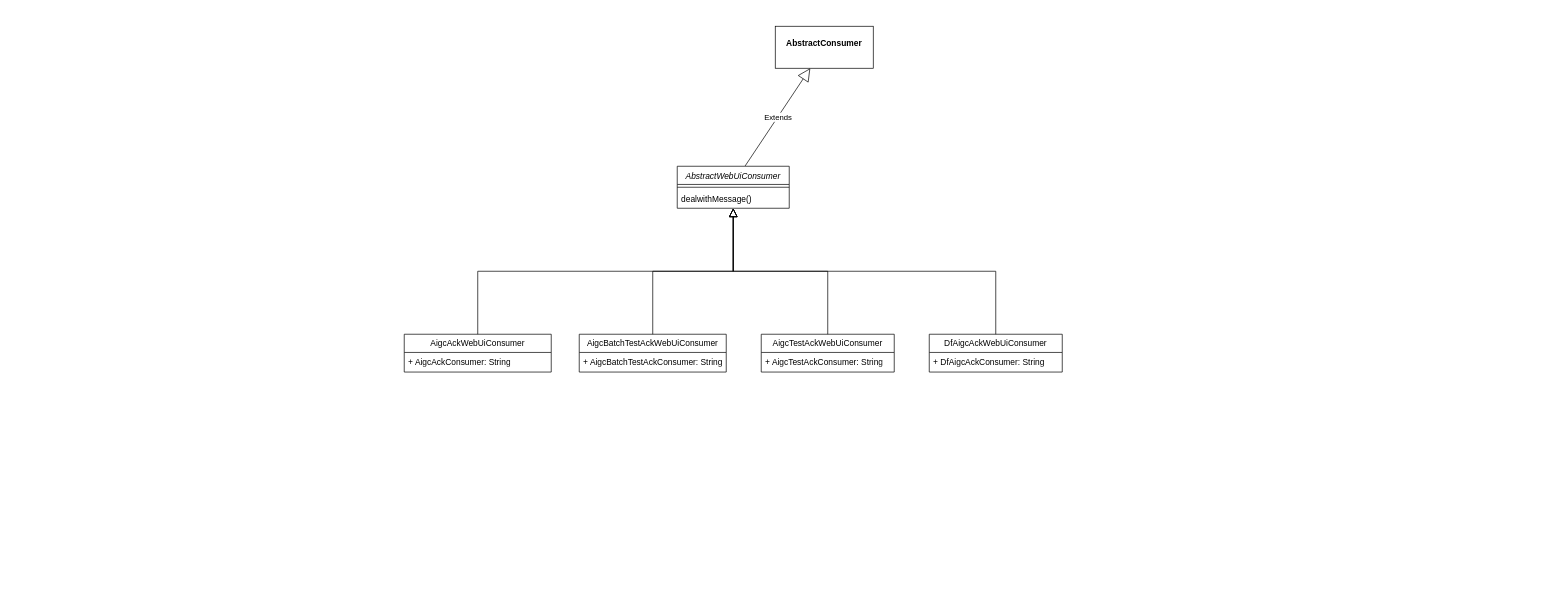
milletzhu/datasource keeps this draw.io diagram as aigc-driver-webui-类图.drawio. Above is the earlier version. Source tidied: cells renumbered, new cells numbered last; positions are measured from the earlier drawing's top-left corner, leaving out a move shared by most shapes. Both pictures are drawn from the tidied source at 70%, with x=0, y=0 at pixel (404, 26).
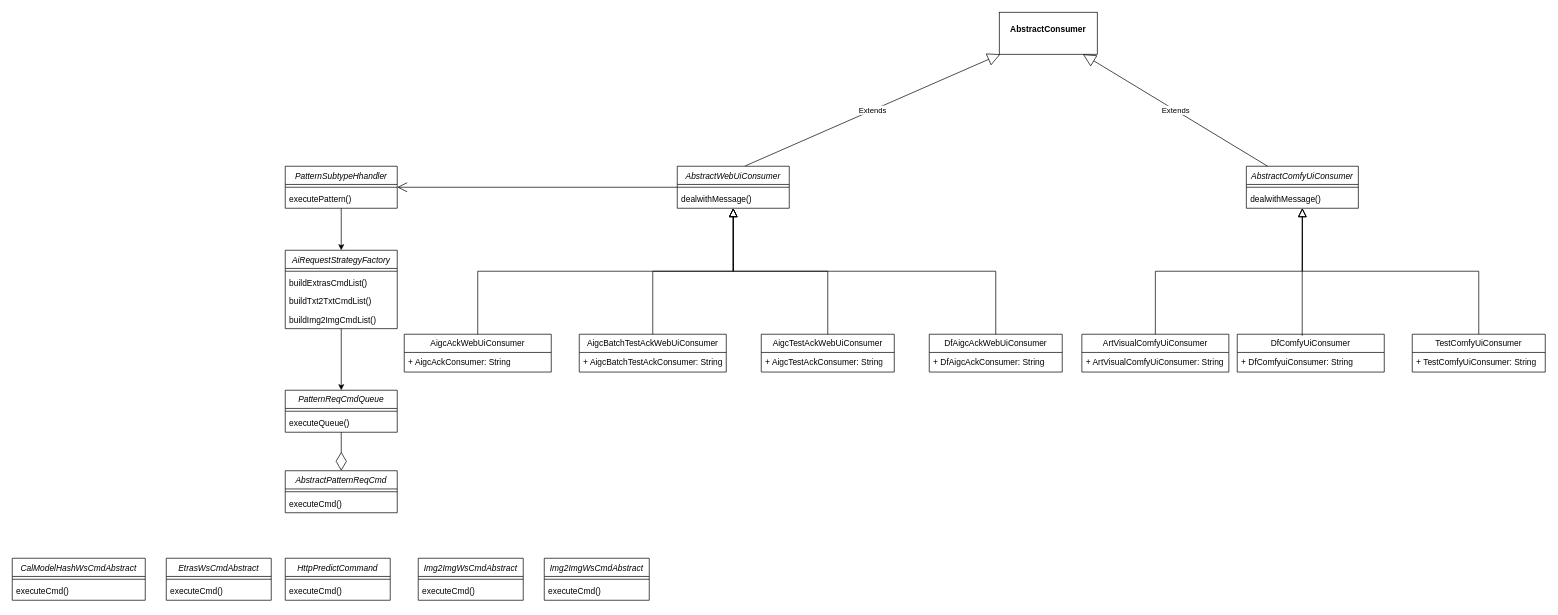
The same diagram, later.

The change refers to these unchanged cells:
```xml
<mxCell id="2" value="AbstractWebUiConsumer" style="swimlane;fontStyle=2;align=center;verticalAlign=top;horizontal=1;startSize=26;rounded=0;shadow=0;strokeWidth=1;" parent="1" vertex="1">
  <mxGeometry x="390" y="200" width="160" height="60" as="geometry" />
</mxCell>
```

Diff of the diagram source:
```diff
@@
     <mxCell id="7" value="&lt;p style=&quot;margin:0px;margin-top:4px;text-align:center;&quot;&gt;&lt;br&gt;&lt;b&gt;AbstractConsumer&lt;/b&gt;&lt;/p&gt;" style="verticalAlign=top;align=left;overflow=fill;fontSize=12;fontFamily=Helvetica;html=1;whiteSpace=wrap;" parent="1" vertex="1">
-      <mxGeometry x="530" width="140" height="60" as="geometry" />
+      <mxGeometry x="850" y="-20" width="140" height="60" as="geometry" />
     </mxCell>
@@
+    <mxCell id="19" value="AbstractComfyUiConsumer" style="swimlane;fontStyle=2;align=center;verticalAlign=top;horizontal=1;startSize=26;rounded=0;shadow=0;strokeWidth=1;" parent="1" vertex="1">
+      <mxGeometry x="1203" y="200" width="160" height="60" as="geometry" />
+    </mxCell>
+    <mxCell id="20" style="line;html=1;strokeWidth=1;align=left;verticalAlign=middle;spacingTop=-1;spacingLeft=3;spacingRight=3;labelPosition=right;" parent="19" vertex="1">
+      <mxGeometry y="26" width="160" height="8" as="geometry" />
+    </mxCell>
+    <mxCell id="21" value="dealwithMessage()" style="text;align=left;verticalAlign=top;spacingLeft=4;spacingRight=4;overflow=hidden;" parent="19" vertex="1">
+      <mxGeometry y="34" width="160" height="26" as="geometry" />
+    </mxCell>
+    <mxCell id="22" style="endArrow=block;endSize=10;endFill=0;shadow=0;strokeWidth=1;rounded=0;edgeStyle=elbowEdgeStyle;elbow=vertical;exitX=0.442;exitY=0.04;exitDx=0;exitDy=0;exitPerimeter=0;" parent="1" edge="1" source="27" target="19">
+      <mxGeometry relative="1" as="geometry" />
+    </mxCell>
+    <mxCell id="23" style="endArrow=block;endSize=10;endFill=0;shadow=0;strokeWidth=1;rounded=0;edgeStyle=elbowEdgeStyle;elbow=vertical;" parent="1" edge="1" source="29" target="19">
+      <mxGeometry relative="1" as="geometry" />
+    </mxCell>
+    <mxCell id="24" style="endArrow=block;endSize=10;endFill=0;shadow=0;strokeWidth=1;rounded=0;edgeStyle=elbowEdgeStyle;elbow=vertical;" parent="1" edge="1" source="25" target="19">
+      <mxGeometry relative="1" as="geometry" />
+    </mxCell>
+    <mxCell id="25" value="ArtVisualComfyUiConsumer" style="swimlane;fontStyle=0;horizontal=1;startSize=26;fillColor=none;whiteSpace=wrap;html=1;" parent="1" vertex="1">
+      <mxGeometry x="968" y="440" width="210" height="54" as="geometry" />
+    </mxCell>
+    <mxCell id="26" value="+ ArtVisualComfyUiConsumer: String" style="text;strokeColor=none;fillColor=none;align=left;verticalAlign=top;spacingLeft=4;spacingRight=4;overflow=hidden;whiteSpace=wrap;html=1;" parent="25" vertex="1">
+      <mxGeometry y="26" width="210" height="28" as="geometry" />
+    </mxCell>
+    <mxCell id="27" value="DfComfyUiConsumer" style="swimlane;fontStyle=0;horizontal=1;startSize=26;fillColor=none;whiteSpace=wrap;html=1;" parent="1" vertex="1">
+      <mxGeometry x="1190" y="440" width="210" height="54" as="geometry" />
+    </mxCell>
+    <mxCell id="28" value="+ DfComfyuiConsumer: String" style="text;strokeColor=none;fillColor=none;align=left;verticalAlign=top;spacingLeft=4;spacingRight=4;overflow=hidden;whiteSpace=wrap;html=1;" parent="27" vertex="1">
+      <mxGeometry y="26" width="210" height="28" as="geometry" />
+    </mxCell>
+    <mxCell id="29" value="TestComfyUiConsumer" style="swimlane;fontStyle=0;horizontal=1;startSize=26;fillColor=none;whiteSpace=wrap;html=1;" parent="1" vertex="1">
+      <mxGeometry x="1440" y="440" width="190" height="54" as="geometry" />
+    </mxCell>
+    <mxCell id="30" value="+ TestComfyUiConsumer: String" style="text;strokeColor=none;fillColor=none;align=left;verticalAlign=top;spacingLeft=4;spacingRight=4;overflow=hidden;whiteSpace=wrap;html=1;" parent="29" vertex="1">
+      <mxGeometry y="26" width="190" height="28" as="geometry" />
+    </mxCell>
+    <mxCell id="31" value="Extends" style="endArrow=block;endSize=16;endFill=0;html=1;rounded=0;" parent="1" edge="1" source="19" target="7">
+      <mxGeometry relative="1" as="geometry" />
+    </mxCell>
+    <mxCell id="32" style="edgeStyle=orthogonalEdgeStyle;rounded=0;jettySize=auto;html=1;" parent="1" edge="1" source="33" target="38">
+      <mxGeometry relative="1" as="geometry" />
+    </mxCell>
+    <mxCell id="33" value="PatternSubtypeHhandler" style="swimlane;fontStyle=2;align=center;verticalAlign=top;horizontal=1;startSize=26;rounded=0;shadow=0;strokeWidth=1;" parent="1" vertex="1">
+      <mxGeometry x="-170" y="200" width="160" height="60" as="geometry" />
+    </mxCell>
+    <mxCell id="34" style="line;html=1;strokeWidth=1;align=left;verticalAlign=middle;spacingTop=-1;spacingLeft=3;spacingRight=3;labelPosition=right;" parent="33" vertex="1">
+      <mxGeometry y="26" width="160" height="8" as="geometry" />
+    </mxCell>
+    <mxCell id="35" value="executePattern()" style="text;align=left;verticalAlign=top;spacingLeft=4;spacingRight=4;overflow=hidden;" parent="33" vertex="1">
+      <mxGeometry y="34" width="160" height="26" as="geometry" />
+    </mxCell>
+    <mxCell id="36" style="endArrow=open;endFill=1;endSize=12;html=1;rounded=0;" parent="1" edge="1" source="2" target="33">
+      <mxGeometry relative="1" as="geometry" />
+    </mxCell>
+    <mxCell id="37" style="edgeStyle=orthogonalEdgeStyle;rounded=0;jettySize=auto;html=1;entryX=0.5;entryY=0;entryDx=0;entryDy=0;" parent="1" edge="1" source="38" target="43">
+      <mxGeometry relative="1" as="geometry" />
+    </mxCell>
+    <mxCell id="38" value="AiRequestStrategyFactory" style="swimlane;fontStyle=2;align=center;verticalAlign=top;horizontal=1;startSize=26;rounded=0;shadow=0;strokeWidth=1;" parent="1" vertex="1">
+      <mxGeometry x="-170" y="320" width="160" height="112" as="geometry" />
+    </mxCell>
+    <mxCell id="39" style="line;html=1;strokeWidth=1;align=left;verticalAlign=middle;spacingTop=-1;spacingLeft=3;spacingRight=3;labelPosition=right;" parent="38" vertex="1">
+      <mxGeometry y="26" width="160" height="8" as="geometry" />
+    </mxCell>
+    <mxCell id="40" value="buildExtrasCmdList()" style="text;align=left;verticalAlign=top;spacingLeft=4;spacingRight=4;overflow=hidden;" parent="38" vertex="1">
+      <mxGeometry y="34" width="160" height="26" as="geometry" />
+    </mxCell>
+    <mxCell id="41" value="buildTxt2TxtCmdList()" style="text;align=left;verticalAlign=top;spacingLeft=4;spacingRight=4;overflow=hidden;" parent="38" vertex="1">
+      <mxGeometry y="60" width="160" height="26" as="geometry" />
+    </mxCell>
+    <mxCell id="42" value="buildImg2ImgCmdList()" style="text;align=left;verticalAlign=top;spacingLeft=4;spacingRight=4;overflow=hidden;" parent="38" vertex="1">
+      <mxGeometry y="86" width="160" height="26" as="geometry" />
+    </mxCell>
+    <mxCell id="43" value="PatternReqCmdQueue" style="swimlane;fontStyle=2;align=center;verticalAlign=top;horizontal=1;startSize=26;rounded=0;shadow=0;strokeWidth=1;" parent="1" vertex="1">
+      <mxGeometry x="-170" y="520" width="160" height="60" as="geometry" />
+    </mxCell>
+    <mxCell id="44" style="line;html=1;strokeWidth=1;align=left;verticalAlign=middle;spacingTop=-1;spacingLeft=3;spacingRight=3;labelPosition=right;" parent="43" vertex="1">
+      <mxGeometry y="26" width="160" height="8" as="geometry" />
+    </mxCell>
+    <mxCell id="45" value="executeQueue()" style="text;align=left;verticalAlign=top;spacingLeft=4;spacingRight=4;overflow=hidden;" parent="43" vertex="1">
+      <mxGeometry y="34" width="160" height="26" as="geometry" />
+    </mxCell>
+    <mxCell id="46" value="AbstractPatternReqCmd" style="swimlane;fontStyle=2;align=center;verticalAlign=top;horizontal=1;startSize=26;rounded=0;shadow=0;strokeWidth=1;" parent="1" vertex="1">
+      <mxGeometry x="-170" y="635" width="160" height="60" as="geometry" />
+    </mxCell>
+    <mxCell id="47" style="line;html=1;strokeWidth=1;align=left;verticalAlign=middle;spacingTop=-1;spacingLeft=3;spacingRight=3;labelPosition=right;" parent="46" vertex="1">
+      <mxGeometry y="26" width="160" height="8" as="geometry" />
+    </mxCell>
+    <mxCell id="48" value="executeCmd()" style="text;align=left;verticalAlign=top;spacingLeft=4;spacingRight=4;overflow=hidden;" parent="46" vertex="1">
+      <mxGeometry y="34" width="160" height="26" as="geometry" />
+    </mxCell>
+    <mxCell id="49" style="endArrow=diamondThin;endFill=0;endSize=24;html=1;rounded=0;" parent="1" edge="1" source="43" target="46">
+      <mxGeometry relative="1" as="geometry" />
+    </mxCell>
+    <mxCell id="50" value="CalModelHashWsCmdAbstract" style="swimlane;fontStyle=2;align=center;verticalAlign=top;horizontal=1;startSize=26;rounded=0;shadow=0;strokeWidth=1;" parent="1" vertex="1">
+      <mxGeometry x="-560" y="760" width="190" height="60" as="geometry" />
+    </mxCell>
+    <mxCell id="51" style="line;html=1;strokeWidth=1;align=left;verticalAlign=middle;spacingTop=-1;spacingLeft=3;spacingRight=3;labelPosition=right;" parent="50" vertex="1">
+      <mxGeometry y="26" width="190" height="8" as="geometry" />
+    </mxCell>
+    <mxCell id="52" value="executeCmd()" style="text;align=left;verticalAlign=top;spacingLeft=4;spacingRight=4;overflow=hidden;" parent="50" vertex="1">
+      <mxGeometry y="34" width="190" height="26" as="geometry" />
+    </mxCell>
+    <mxCell id="53" value="EtrasWsCmdAbstract" style="swimlane;fontStyle=2;align=center;verticalAlign=top;horizontal=1;startSize=26;rounded=0;shadow=0;strokeWidth=1;" parent="1" vertex="1">
+      <mxGeometry x="-340" y="760" width="150" height="60" as="geometry" />
+    </mxCell>
+    <mxCell id="54" style="line;html=1;strokeWidth=1;align=left;verticalAlign=middle;spacingTop=-1;spacingLeft=3;spacingRight=3;labelPosition=right;" parent="53" vertex="1">
+      <mxGeometry y="26" width="150" height="8" as="geometry" />
+    </mxCell>
+    <mxCell id="55" value="executeCmd()" style="text;align=left;verticalAlign=top;spacingLeft=4;spacingRight=4;overflow=hidden;" parent="53" vertex="1">
+      <mxGeometry y="34" width="150" height="26" as="geometry" />
+    </mxCell>
+    <mxCell id="56" value="HttpPredictCommand" style="swimlane;fontStyle=2;align=center;verticalAlign=top;horizontal=1;startSize=26;rounded=0;shadow=0;strokeWidth=1;" parent="1" vertex="1">
+      <mxGeometry x="-170" y="760" width="150" height="60" as="geometry" />
+    </mxCell>
+    <mxCell id="57" style="line;html=1;strokeWidth=1;align=left;verticalAlign=middle;spacingTop=-1;spacingLeft=3;spacingRight=3;labelPosition=right;" parent="56" vertex="1">
+      <mxGeometry y="26" width="150" height="8" as="geometry" />
+    </mxCell>
+    <mxCell id="58" value="executeCmd()" style="text;align=left;verticalAlign=top;spacingLeft=4;spacingRight=4;overflow=hidden;" parent="56" vertex="1">
+      <mxGeometry y="34" width="150" height="26" as="geometry" />
+    </mxCell>
+    <mxCell id="59" value="Img2ImgWsCmdAbstract" style="swimlane;fontStyle=2;align=center;verticalAlign=top;horizontal=1;startSize=26;rounded=0;shadow=0;strokeWidth=1;" parent="1" vertex="1">
+      <mxGeometry x="20" y="760" width="150" height="60" as="geometry" />
+    </mxCell>
+    <mxCell id="60" style="line;html=1;strokeWidth=1;align=left;verticalAlign=middle;spacingTop=-1;spacingLeft=3;spacingRight=3;labelPosition=right;" parent="59" vertex="1">
+      <mxGeometry y="26" width="150" height="8" as="geometry" />
+    </mxCell>
+    <mxCell id="61" value="executeCmd()" style="text;align=left;verticalAlign=top;spacingLeft=4;spacingRight=4;overflow=hidden;" parent="59" vertex="1">
+      <mxGeometry y="34" width="150" height="26" as="geometry" />
+    </mxCell>
+    <mxCell id="62" value="Img2ImgWsCmdAbstract" style="swimlane;fontStyle=2;align=center;verticalAlign=top;horizontal=1;startSize=26;rounded=0;shadow=0;strokeWidth=1;" parent="1" vertex="1">
+      <mxGeometry x="200" y="760" width="150" height="60" as="geometry" />
+    </mxCell>
+    <mxCell id="63" style="line;html=1;strokeWidth=1;align=left;verticalAlign=middle;spacingTop=-1;spacingLeft=3;spacingRight=3;labelPosition=right;" parent="62" vertex="1">
+      <mxGeometry y="26" width="150" height="8" as="geometry" />
+    </mxCell>
+    <mxCell id="64" value="executeCmd()" style="text;align=left;verticalAlign=top;spacingLeft=4;spacingRight=4;overflow=hidden;" parent="62" vertex="1">
+      <mxGeometry y="34" width="150" height="26" as="geometry" />
+    </mxCell>
```
